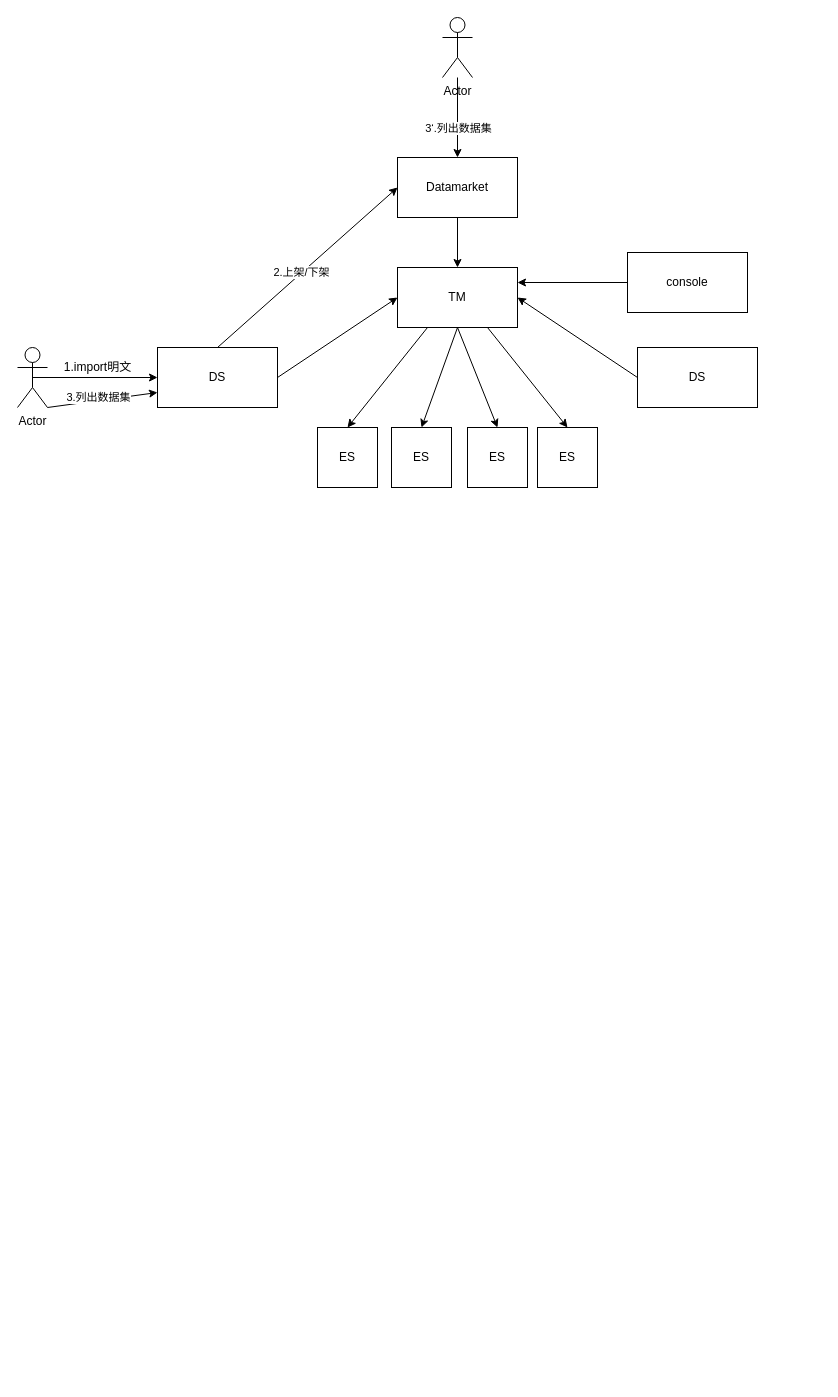
Before: data_list_.drawio in yankaili2006/drawing_io, a draw.io diagram. Source tidied: cells renumbered, new cells numbered last; positions are measured from the earlier drawing's top-left corner, leaving out a move shared by most shapes. Both pictures are drawn from the tidied source at 100%, with x=0, y=0 at pixel (17, 17).
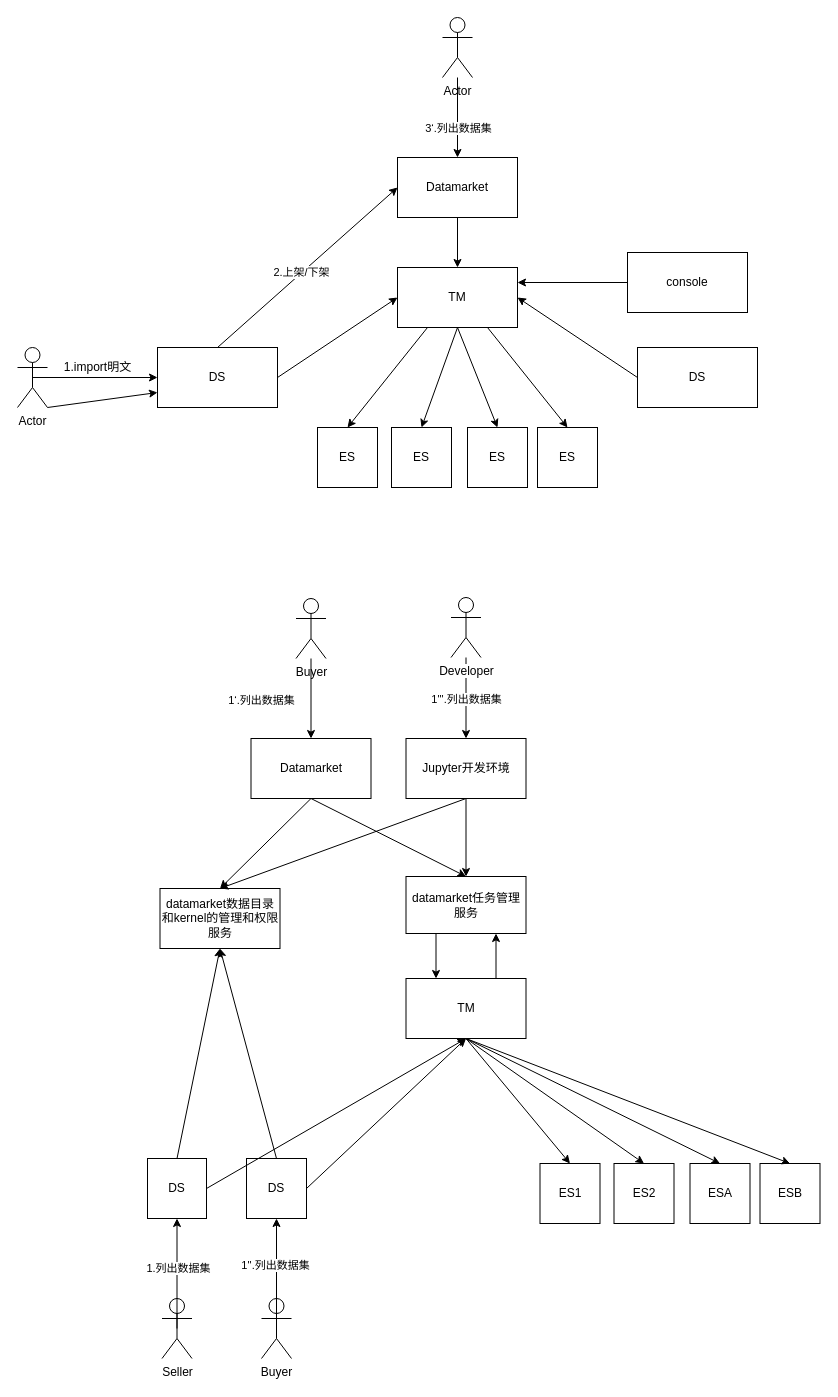
The same diagram, later.

Unchanged cells that the change refers to:
```xml
<mxCell id="27" style="endArrow=classic;html=1;exitX=1;exitY=1;exitDx=0;exitDy=0;exitPerimeter=0;entryX=0;entryY=0.75;entryDx=0;entryDy=0;" parent="1" edge="1" source="13" target="2">
  <mxGeometry relative="1" as="geometry" />
</mxCell>
```

The edit, as a diff of the source:
```diff
@@
-    <mxCell id="28" value="3.列出数据集" style="edgeLabel;html=1;align=center;verticalAlign=middle;" parent="27" vertex="1">
-      <mxGeometry x="-0.26" relative="1" as="geometry">
-        <mxPoint x="9.5" y="-4.5" as="offset" />
-      </mxGeometry>
-    </mxCell>
+    <mxCell id="29" value="DS" style="rounded=0;whiteSpace=wrap;html=1;" parent="1" vertex="1">
+      <mxGeometry x="130" y="1141" width="59" height="60" as="geometry" />
+    </mxCell>
+    <mxCell id="30" value="TM" style="rounded=0;whiteSpace=wrap;html=1;" parent="1" vertex="1">
+      <mxGeometry x="388.5" y="961" width="120" height="60" as="geometry" />
+    </mxCell>
+    <mxCell id="31" value="ES1" style="rounded=0;whiteSpace=wrap;html=1;" parent="1" vertex="1">
+      <mxGeometry x="522.5" y="1146" width="60" height="60" as="geometry" />
+    </mxCell>
+    <mxCell id="32" value="ESB" style="rounded=0;whiteSpace=wrap;html=1;" parent="1" vertex="1">
+      <mxGeometry x="742.5" y="1146" width="60" height="60" as="geometry" />
+    </mxCell>
+    <mxCell id="33" value="ES2" style="rounded=0;whiteSpace=wrap;html=1;" parent="1" vertex="1">
+      <mxGeometry x="596.5" y="1146" width="60" height="60" as="geometry" />
+    </mxCell>
+    <mxCell id="34" value="ESA" style="rounded=0;whiteSpace=wrap;html=1;" parent="1" vertex="1">
+      <mxGeometry x="672.5" y="1146" width="60" height="60" as="geometry" />
+    </mxCell>
+    <mxCell id="35" value="DS" style="rounded=0;whiteSpace=wrap;html=1;" parent="1" vertex="1">
+      <mxGeometry x="229" y="1141" width="60" height="60" as="geometry" />
+    </mxCell>
+    <mxCell id="36" value="Datamarket" style="rounded=0;whiteSpace=wrap;html=1;" parent="1" vertex="1">
+      <mxGeometry x="233.5" y="721" width="120" height="60" as="geometry" />
+    </mxCell>
+    <mxCell id="37" style="endArrow=classic;html=1;exitX=0.5;exitY=0;exitDx=0;exitDy=0;entryX=0.5;entryY=1;entryDx=0;entryDy=0;" parent="1" edge="1" source="29" target="57">
+      <mxGeometry relative="1" as="geometry" />
+    </mxCell>
+    <mxCell id="38" value="Seller" style="shape=umlActor;verticalLabelPosition=bottom;labelBackgroundColor=#ffffff;verticalAlign=top;html=1;outlineConnect=0;" parent="1" vertex="1">
+      <mxGeometry x="144.5" y="1281" width="30" height="60" as="geometry" />
+    </mxCell>
+    <mxCell id="39" style="endArrow=classic;html=1;exitX=0.5;exitY=0.5;exitDx=0;exitDy=0;exitPerimeter=0;entryX=0.5;entryY=1;entryDx=0;entryDy=0;" parent="1" edge="1" source="38" target="29">
+      <mxGeometry relative="1" as="geometry" />
+    </mxCell>
+    <mxCell id="40" style="edgeLabel;html=1;align=center;verticalAlign=middle;" parent="39" vertex="1">
+      <mxGeometry x="0.22" y="2" relative="1" as="geometry">
+        <mxPoint x="1" as="offset" />
+      </mxGeometry>
+    </mxCell>
+    <mxCell id="41" value="1.列出数据集" style="edgeLabel;html=1;align=center;verticalAlign=middle;" parent="39" vertex="1">
+      <mxGeometry x="0.11" relative="1" as="geometry">
+        <mxPoint x="1" as="offset" />
+      </mxGeometry>
+    </mxCell>
+    <mxCell id="42" style="endArrow=classic;html=1;entryX=0.5;entryY=0;entryDx=0;entryDy=0;exitX=0.5;exitY=1;exitDx=0;exitDy=0;" parent="1" edge="1" source="30" target="31">
+      <mxGeometry relative="1" as="geometry" />
+    </mxCell>
+    <mxCell id="43" style="endArrow=classic;html=1;entryX=0.5;entryY=0;entryDx=0;entryDy=0;exitX=0.5;exitY=1;exitDx=0;exitDy=0;" parent="1" edge="1" source="30" target="32">
+      <mxGeometry relative="1" as="geometry" />
+    </mxCell>
+    <mxCell id="44" style="endArrow=classic;html=1;entryX=0.5;entryY=0;entryDx=0;entryDy=0;exitX=0.5;exitY=1;exitDx=0;exitDy=0;" parent="1" edge="1" source="30" target="33">
+      <mxGeometry relative="1" as="geometry" />
+    </mxCell>
+    <mxCell id="45" style="endArrow=classic;html=1;entryX=0.5;entryY=0;entryDx=0;entryDy=0;exitX=0.5;exitY=1;exitDx=0;exitDy=0;" parent="1" edge="1" source="30" target="34">
+      <mxGeometry relative="1" as="geometry" />
+    </mxCell>
+    <mxCell id="46" style="endArrow=classic;html=1;entryX=0.5;entryY=1;entryDx=0;entryDy=0;exitX=0.5;exitY=0;exitDx=0;exitDy=0;" parent="1" edge="1" source="35" target="57">
+      <mxGeometry relative="1" as="geometry" />
+    </mxCell>
+    <mxCell id="47" style="endArrow=classic;html=1;entryX=0.25;entryY=0;entryDx=0;entryDy=0;exitX=0.25;exitY=1;exitDx=0;exitDy=0;" parent="1" edge="1" source="63" target="30">
+      <mxGeometry relative="1" as="geometry" />
+    </mxCell>
+    <mxCell id="48" style="endArrow=classic;html=1;exitX=1;exitY=0.5;exitDx=0;exitDy=0;" parent="1" edge="1" source="29">
+      <mxGeometry relative="1" as="geometry">
+        <mxPoint x="448.5" y="1021" as="targetPoint" />
+      </mxGeometry>
+    </mxCell>
+    <mxCell id="49" style="endArrow=classic;html=1;exitX=1;exitY=0.5;exitDx=0;exitDy=0;entryX=0.5;entryY=1;entryDx=0;entryDy=0;" parent="1" edge="1" source="35" target="30">
+      <mxGeometry relative="1" as="geometry" />
+    </mxCell>
+    <mxCell id="50" value="Buyer" style="shape=umlActor;verticalLabelPosition=bottom;labelBackgroundColor=#ffffff;verticalAlign=top;html=1;outlineConnect=0;" parent="1" vertex="1">
+      <mxGeometry x="278.5" y="581" width="30" height="60" as="geometry" />
+    </mxCell>
+    <mxCell id="51" style="endArrow=classic;html=1;entryX=0.5;entryY=0;entryDx=0;entryDy=0;" parent="1" edge="1" source="50" target="36">
+      <mxGeometry relative="1" as="geometry" />
+    </mxCell>
+    <mxCell id="52" value="1‘.列出数据集" style="edgeLabel;html=1;align=center;verticalAlign=middle;" parent="51" vertex="1">
+      <mxGeometry x="-0.1" relative="1" as="geometry">
+        <mxPoint x="-50" y="5" as="offset" />
+      </mxGeometry>
+    </mxCell>
+    <mxCell id="53" style="endArrow=classic;html=1;entryX=0.75;entryY=1;entryDx=0;entryDy=0;exitX=0.75;exitY=0;exitDx=0;exitDy=0;" parent="1" edge="1" source="30" target="63">
+      <mxGeometry relative="1" as="geometry" />
+    </mxCell>
+    <mxCell id="54" value="Buyer" style="shape=umlActor;verticalLabelPosition=bottom;labelBackgroundColor=#ffffff;verticalAlign=top;html=1;outlineConnect=0;" parent="1" vertex="1">
+      <mxGeometry x="244" y="1281" width="30" height="60" as="geometry" />
+    </mxCell>
+    <mxCell id="55" style="endArrow=classic;html=1;exitX=0.5;exitY=0.5;exitDx=0;exitDy=0;exitPerimeter=0;entryX=0.5;entryY=1;entryDx=0;entryDy=0;" parent="1" edge="1" source="54" target="35">
+      <mxGeometry relative="1" as="geometry" />
+    </mxCell>
+    <mxCell id="56" value="1''.列出数据集" style="edgeLabel;html=1;align=center;verticalAlign=middle;" parent="55" vertex="1">
+      <mxGeometry x="0.16" y="2" relative="1" as="geometry" />
+    </mxCell>
+    <mxCell id="57" value="datamarket数据目录和kernel的管理和权限服务" style="rounded=0;whiteSpace=wrap;html=1;" parent="1" vertex="1">
+      <mxGeometry x="142.5" y="871" width="120" height="60" as="geometry" />
+    </mxCell>
+    <mxCell id="58" style="endArrow=classic;html=1;exitX=0.5;exitY=1;exitDx=0;exitDy=0;entryX=0.5;entryY=0;entryDx=0;entryDy=0;" parent="1" edge="1" source="36" target="57">
+      <mxGeometry relative="1" as="geometry" />
+    </mxCell>
+    <mxCell id="59" value="Jupyter开发环境" style="rounded=0;whiteSpace=wrap;html=1;" parent="1" vertex="1">
+      <mxGeometry x="388.5" y="721" width="120" height="60" as="geometry" />
+    </mxCell>
+    <mxCell id="60" style="edgeStyle=orthogonalEdgeStyle;rounded=0;jettySize=auto;html=1;" parent="1" edge="1" source="62" target="59">
+      <mxGeometry relative="1" as="geometry" />
+    </mxCell>
+    <mxCell id="61" value="1'''.列出数据集" style="edgeLabel;html=1;align=center;verticalAlign=middle;" parent="60" vertex="1">
+      <mxGeometry x="0.01" relative="1" as="geometry" />
+    </mxCell>
+    <mxCell id="62" value="Developer" style="shape=umlActor;verticalLabelPosition=bottom;labelBackgroundColor=#ffffff;verticalAlign=top;html=1;outlineConnect=0;" parent="1" vertex="1">
+      <mxGeometry x="433.5" y="580" width="30" height="60" as="geometry" />
+    </mxCell>
+    <mxCell id="63" value="datamarket任务管理服务" style="rounded=0;whiteSpace=wrap;html=1;" parent="1" vertex="1">
+      <mxGeometry x="388.5" y="859" width="120" height="57" as="geometry" />
+    </mxCell>
+    <mxCell id="64" style="endArrow=classic;html=1;exitX=0.5;exitY=1;exitDx=0;exitDy=0;entryX=0.5;entryY=0;entryDx=0;entryDy=0;" parent="1" edge="1" source="36" target="63">
+      <mxGeometry relative="1" as="geometry" />
+    </mxCell>
+    <mxCell id="65" style="endArrow=classic;html=1;exitX=0.5;exitY=1;exitDx=0;exitDy=0;entryX=0.5;entryY=0;entryDx=0;entryDy=0;" parent="1" edge="1" source="59" target="63">
+      <mxGeometry relative="1" as="geometry" />
+    </mxCell>
+    <mxCell id="66" style="endArrow=classic;html=1;exitX=0.5;exitY=1;exitDx=0;exitDy=0;entryX=0.5;entryY=0;entryDx=0;entryDy=0;" parent="1" edge="1" source="59" target="57">
+      <mxGeometry relative="1" as="geometry" />
+    </mxCell>
```
